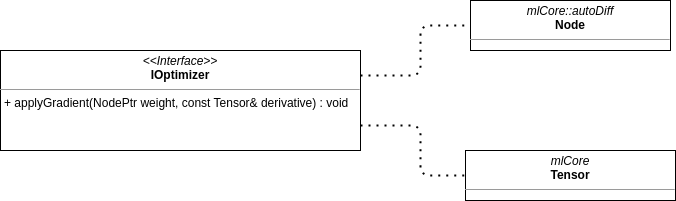
Earlier version of the draw.io export MLCore/docs/res/IOptimizerInterface.drawio.png (WiktorProsowicz/ai_projects). Source tidied: cells renumbered, new cells last; positions are measured from the earlier drawing's top-left corner, leaving out a move shared by most shapes. Its diagram source:
```xml
<mxGraphModel>
  <root>
    <mxCell id="0" />
    <mxCell id="1" parent="0" />
    <mxCell id="2" value="&lt;p style=&quot;margin:0px;margin-top:4px;text-align:center;&quot;&gt;&lt;i&gt;&amp;lt;&amp;lt;Interface&amp;gt;&amp;gt;&lt;/i&gt;&lt;br&gt;&lt;b&gt;IOptimizer&lt;/b&gt;&lt;/p&gt;&lt;hr size=&quot;1&quot;&gt;&lt;p style=&quot;margin:0px;margin-left:4px;&quot;&gt;+ applyGradient(NodePtr weight, const Tensor&amp;amp; derivative) : void&amp;nbsp;&lt;/p&gt;" style="verticalAlign=top;align=left;overflow=fill;fontSize=12;fontFamily=Helvetica;html=1;" parent="1" vertex="1">
      <mxGeometry y="50" width="360" height="100" as="geometry" />
    </mxCell>
    <mxCell id="3" value="&lt;p style=&quot;margin:0px;margin-top:4px;text-align:center;&quot;&gt;&lt;i&gt;mlCore&lt;/i&gt;&lt;br&gt;&lt;b&gt;Tensor&lt;/b&gt;&lt;/p&gt;&lt;hr size=&quot;1&quot;&gt;&lt;p style=&quot;margin:0px;margin-left:4px;&quot;&gt;&amp;nbsp;&lt;/p&gt;" style="verticalAlign=top;align=left;overflow=fill;fontSize=12;fontFamily=Helvetica;html=1;" parent="1" vertex="1">
      <mxGeometry x="465" y="150" width="210" height="50" as="geometry" />
    </mxCell>
    <mxCell id="4" value="&lt;p style=&quot;margin:0px;margin-top:4px;text-align:center;&quot;&gt;&lt;i&gt;mlCore::autoDiff&lt;/i&gt;&lt;br&gt;&lt;b&gt;Node&lt;/b&gt;&lt;/p&gt;&lt;hr size=&quot;1&quot;&gt;&lt;p style=&quot;margin:0px;margin-left:4px;&quot;&gt;&lt;br&gt;&lt;/p&gt;" style="verticalAlign=top;align=left;overflow=fill;fontSize=12;fontFamily=Helvetica;html=1;" parent="1" vertex="1">
      <mxGeometry x="470" width="200" height="50" as="geometry" />
    </mxCell>
    <mxCell id="5" style="endArrow=none;dashed=1;html=1;dashPattern=1 3;strokeWidth=2;exitX=1;exitY=0.25;exitDx=0;exitDy=0;entryX=0;entryY=0.5;entryDx=0;entryDy=0;" parent="1" edge="1" source="2" target="4">
      <mxGeometry relative="1" as="geometry">
        <Array as="points">
          <mxPoint x="420" y="75" />
          <mxPoint x="420" y="25" />
        </Array>
      </mxGeometry>
    </mxCell>
    <mxCell id="6" style="endArrow=none;dashed=1;html=1;dashPattern=1 3;strokeWidth=2;exitX=1;exitY=0.75;exitDx=0;exitDy=0;entryX=0;entryY=0.5;entryDx=0;entryDy=0;" parent="1" edge="1" source="2" target="3">
      <mxGeometry relative="1" as="geometry">
        <Array as="points">
          <mxPoint x="420" y="125" />
          <mxPoint x="420" y="175" />
        </Array>
      </mxGeometry>
    </mxCell>
  </root>
</mxGraphModel>
```
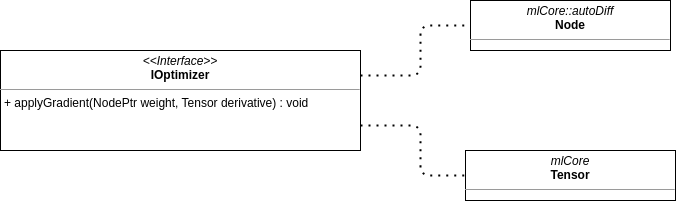
Above is the later version.

Change to the diagram source:
```diff
@@ -2,7 +2,7 @@
   <root>
     <mxCell id="0" />
     <mxCell id="1" parent="0" />
-    <mxCell id="2" value="&lt;p style=&quot;margin:0px;margin-top:4px;text-align:center;&quot;&gt;&lt;i&gt;&amp;lt;&amp;lt;Interface&amp;gt;&amp;gt;&lt;/i&gt;&lt;br&gt;&lt;b&gt;IOptimizer&lt;/b&gt;&lt;/p&gt;&lt;hr size=&quot;1&quot;&gt;&lt;p style=&quot;margin:0px;margin-left:4px;&quot;&gt;+ applyGradient(NodePtr weight, const Tensor&amp;amp; derivative) : void&amp;nbsp;&lt;/p&gt;" style="verticalAlign=top;align=left;overflow=fill;fontSize=12;fontFamily=Helvetica;html=1;" parent="1" vertex="1">
+    <mxCell id="2" value="&lt;p style=&quot;margin:0px;margin-top:4px;text-align:center;&quot;&gt;&lt;i&gt;&amp;lt;&amp;lt;Interface&amp;gt;&amp;gt;&lt;/i&gt;&lt;br&gt;&lt;b&gt;IOptimizer&lt;/b&gt;&lt;/p&gt;&lt;hr size=&quot;1&quot;&gt;&lt;p style=&quot;margin:0px;margin-left:4px;&quot;&gt;+ applyGradient(NodePtr weight, Tensor derivative) : void&amp;nbsp;&lt;/p&gt;" style="verticalAlign=top;align=left;overflow=fill;fontSize=12;fontFamily=Helvetica;html=1;" parent="1" vertex="1">
       <mxGeometry y="50" width="360" height="100" as="geometry" />
     </mxCell>
     <mxCell id="3" value="&lt;p style=&quot;margin:0px;margin-top:4px;text-align:center;&quot;&gt;&lt;i&gt;mlCore&lt;/i&gt;&lt;br&gt;&lt;b&gt;Tensor&lt;/b&gt;&lt;/p&gt;&lt;hr size=&quot;1&quot;&gt;&lt;p style=&quot;margin:0px;margin-left:4px;&quot;&gt;&amp;nbsp;&lt;/p&gt;" style="verticalAlign=top;align=left;overflow=fill;fontSize=12;fontFamily=Helvetica;html=1;" parent="1" vertex="1">
```
